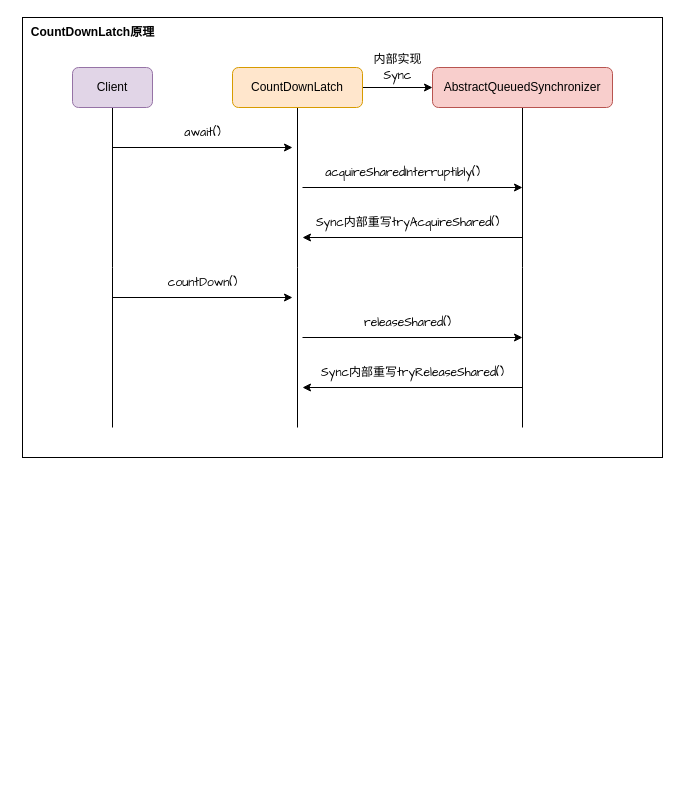
Floweryu/my-diagrams keeps this draw.io diagram as java/多线程.drawio. Above is the earlier version. Source tidied: cells renumbered, new cells numbered last; positions are measured from the earlier drawing's top-left corner, leaving out a move shared by most shapes. Both pictures are drawn from the tidied source at 100%, with x=0, y=0 at pixel (17, 17).
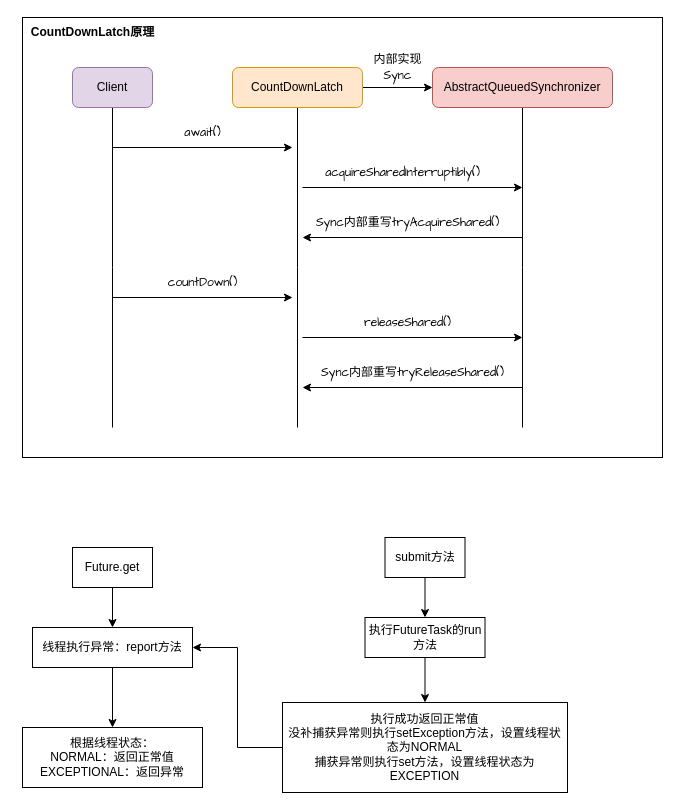
The same diagram, later.

Commit message:
更新多线程.drawio

What changed in the source:
```diff
@@
+    <mxCell id="24" style="edgeStyle=orthogonalEdgeStyle;rounded=0;jettySize=auto;html=1;exitX=0.5;exitY=1;exitDx=0;exitDy=0;entryX=0.5;entryY=0;entryDx=0;entryDy=0;" parent="1" edge="1" source="25" target="27">
+      <mxGeometry relative="1" as="geometry" />
+    </mxCell>
+    <mxCell id="25" value="Future.get" style="rounded=0;whiteSpace=wrap;html=1;" parent="1" vertex="1">
+      <mxGeometry x="55" y="530" width="80" height="40" as="geometry" />
+    </mxCell>
+    <mxCell id="26" style="edgeStyle=orthogonalEdgeStyle;rounded=0;jettySize=auto;html=1;exitX=0.5;exitY=1;exitDx=0;exitDy=0;" parent="1" edge="1" source="27" target="28">
+      <mxGeometry relative="1" as="geometry" />
+    </mxCell>
+    <mxCell id="27" value="线程执行异常：report方法" style="rounded=0;whiteSpace=wrap;html=1;" parent="1" vertex="1">
+      <mxGeometry x="15" y="610" width="160" height="40" as="geometry" />
+    </mxCell>
+    <mxCell id="28" value="根据线程状态：&lt;br&gt;NORMAL：返回正常值&lt;br&gt;EXCEPTIONAL：返回异常" style="rounded=0;whiteSpace=wrap;html=1;" parent="1" vertex="1">
+      <mxGeometry x="5" y="710" width="180" height="60" as="geometry" />
+    </mxCell>
+    <mxCell id="29" style="edgeStyle=orthogonalEdgeStyle;rounded=0;jettySize=auto;html=1;exitX=0.5;exitY=1;exitDx=0;exitDy=0;entryX=0.5;entryY=0;entryDx=0;entryDy=0;" parent="1" edge="1" source="30" target="32">
+      <mxGeometry relative="1" as="geometry" />
+    </mxCell>
+    <mxCell id="30" value="submit方法" style="rounded=0;whiteSpace=wrap;html=1;" parent="1" vertex="1">
+      <mxGeometry x="367.5" y="520" width="80" height="40" as="geometry" />
+    </mxCell>
+    <mxCell id="31" style="edgeStyle=orthogonalEdgeStyle;rounded=0;jettySize=auto;html=1;exitX=0.5;exitY=1;exitDx=0;exitDy=0;entryX=0.5;entryY=0;entryDx=0;entryDy=0;" parent="1" edge="1" source="32" target="34">
+      <mxGeometry relative="1" as="geometry" />
+    </mxCell>
+    <mxCell id="32" value="执行FutureTask的run方法" style="rounded=0;whiteSpace=wrap;html=1;" parent="1" vertex="1">
+      <mxGeometry x="347.5" y="600" width="120" height="40" as="geometry" />
+    </mxCell>
+    <mxCell id="33" style="edgeStyle=orthogonalEdgeStyle;rounded=0;jettySize=auto;html=1;exitX=0;exitY=0.5;exitDx=0;exitDy=0;entryX=1;entryY=0.5;entryDx=0;entryDy=0;" parent="1" edge="1" source="34" target="27">
+      <mxGeometry relative="1" as="geometry" />
+    </mxCell>
+    <mxCell id="34" value="执行成功返回正常值&lt;br&gt;没补捕获异常则执行setException方法，设置线程状态为NORMAL&lt;br&gt;捕获异常则执行set方法，设置线程状态为EXCEPTION" style="rounded=0;whiteSpace=wrap;html=1;" parent="1" vertex="1">
+      <mxGeometry x="265" y="685" width="285" height="90" as="geometry" />
+    </mxCell>
```
